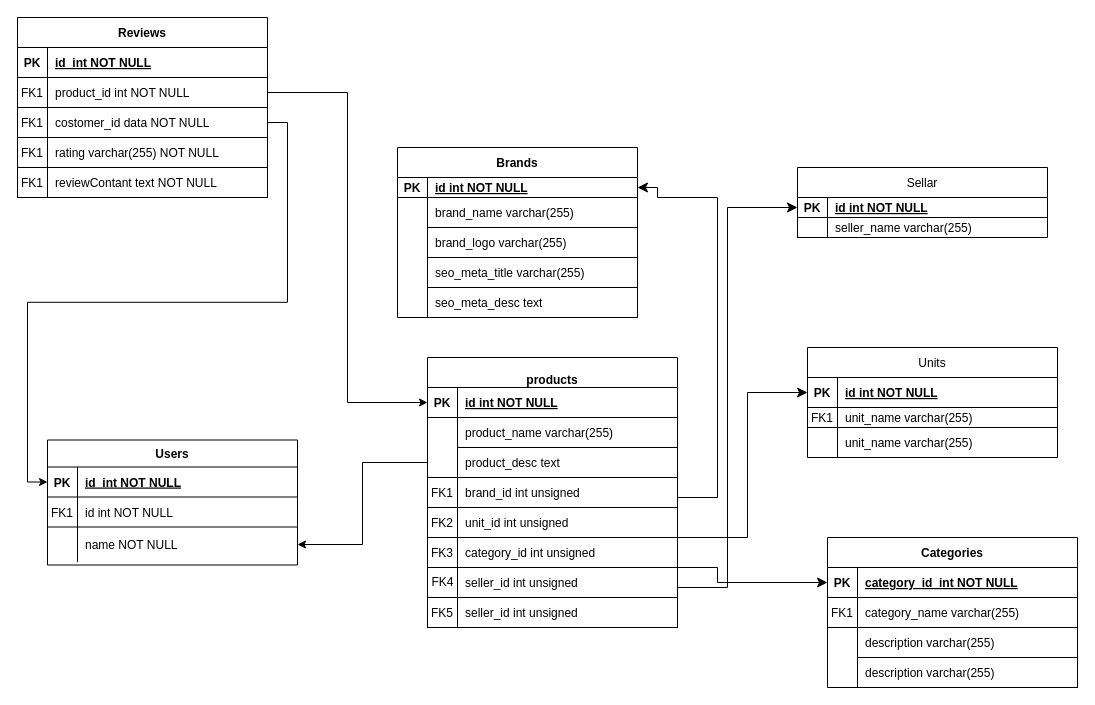
Above: database/migrations/Untitled Diagram.drawio in namanbairagi3/electro (draw.io), before the change. Source tidied: cells renumbered, new cells numbered last; positions are measured from the earlier drawing's top-left corner, leaving out a move shared by most shapes. Both pictures are drawn from the tidied source at 100%, with x=0, y=0 at pixel (17, 17).
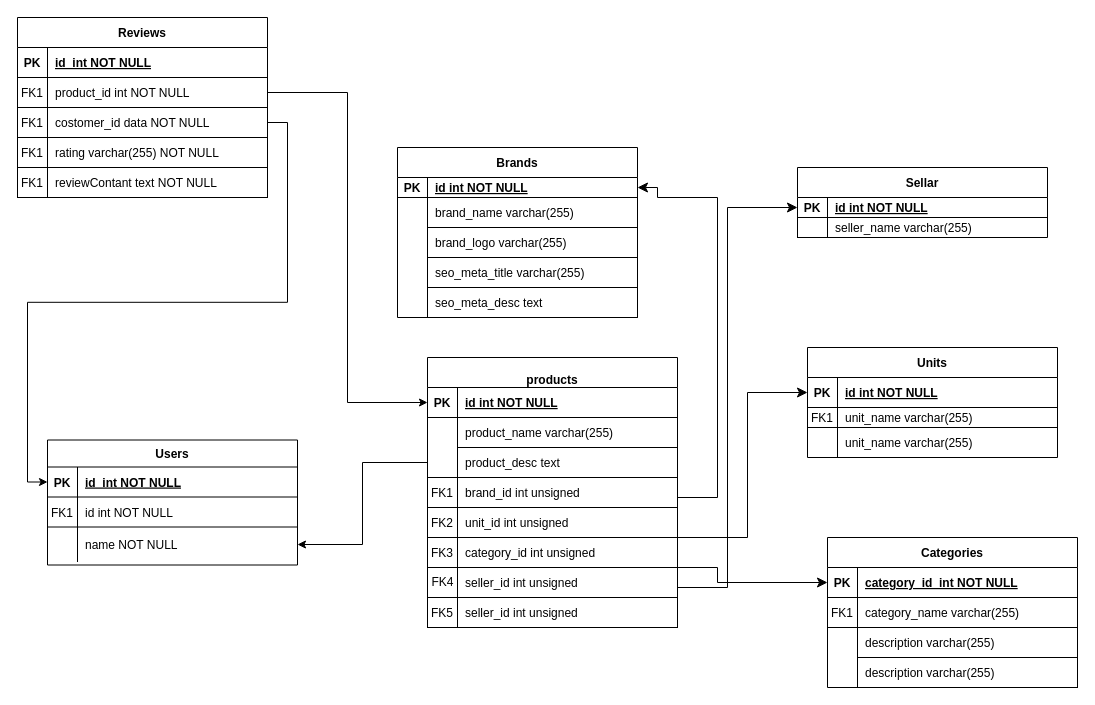
After the change.

Diff of the diagram source:
```diff
@@
-    <mxCell id="2" value="Units" style="shape=table;startSize=30;childLayout=tableLayout;rowLines=0;fontStyle=0;align=center;" parent="1" vertex="1">
+    <mxCell id="2" value="Units" style="shape=table;startSize=30;childLayout=tableLayout;rowLines=0;fontStyle=1;align=center;" parent="1" vertex="1">
       <mxGeometry x="790" y="330" width="250" height="110" as="geometry" />
     </mxCell>
@@
-    <mxCell id="67" value="Sellar" style="shape=table;startSize=30;childLayout=tableLayout;rowLines=0;fontStyle=0;align=center;" parent="1" vertex="1">
+    <mxCell id="67" value="Sellar" style="shape=table;startSize=30;childLayout=tableLayout;rowLines=0;fontStyle=1;align=center;" parent="1" vertex="1">
       <mxGeometry x="780" y="150" width="250" height="70" as="geometry" />
     </mxCell>
```
